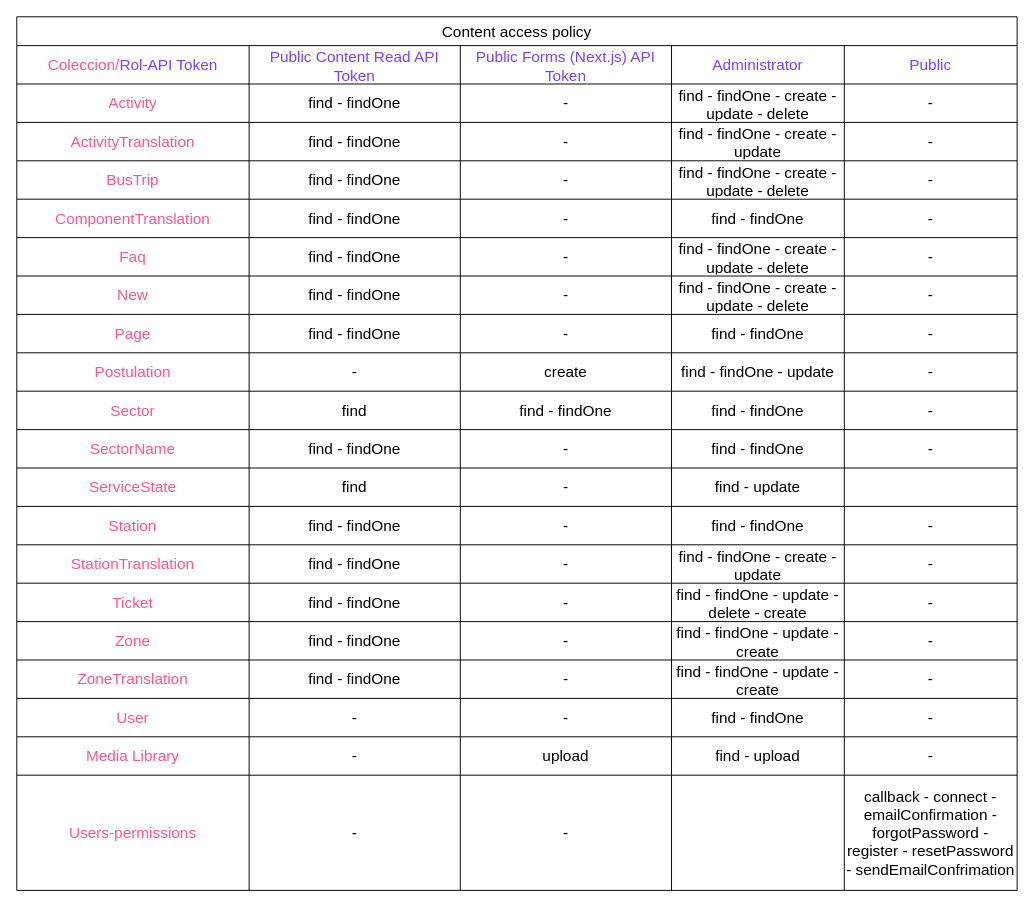
Before: public/CAP.drawio in TelefericoCerroOtto/TelefericoBariloche2024, a draw.io diagram. Source tidied: cells renumbered, new cells numbered last; positions are measured from the earlier drawing's top-left corner, leaving out a move shared by most shapes. Both pictures are drawn from the tidied source at 96%, with x=0, y=0 at pixel (16, 16).
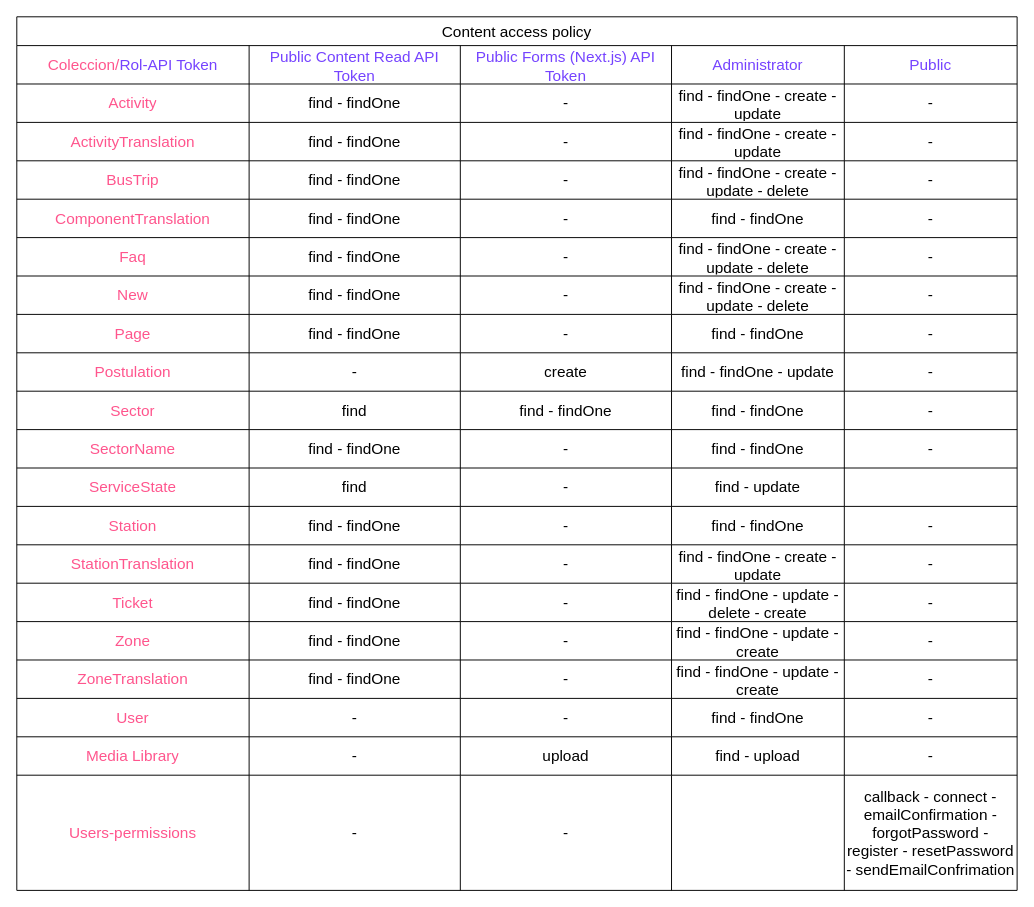
The same diagram, later.

The change refers to these unchanged cells:
```xml
<mxCell id="9" style="shape=tableRow;horizontal=0;startSize=0;swimlaneHead=0;swimlaneBody=0;strokeColor=inherit;top=0;left=0;bottom=0;right=0;fillColor=none;fontSize=16;" parent="2" vertex="1">
  <mxGeometry y="70" width="1042" height="40" as="geometry" />
</mxCell>
```

Diff of the diagram source:
```diff
@@
-    <mxCell id="13" value="find - findOne - create - update - delete" style="shape=partialRectangle;html=1;whiteSpace=wrap;strokeColor=inherit;overflow=hidden;fillColor=none;top=0;left=0;bottom=0;right=0;fontSize=16;" parent="9" vertex="1">
+    <mxCell id="13" value="find - findOne - create - update" style="shape=partialRectangle;html=1;whiteSpace=wrap;strokeColor=inherit;overflow=hidden;fillColor=none;top=0;left=0;bottom=0;right=0;fontSize=16;" parent="9" vertex="1">
       <mxGeometry x="682" width="180" height="40" as="geometry" />
     </mxCell>
```
